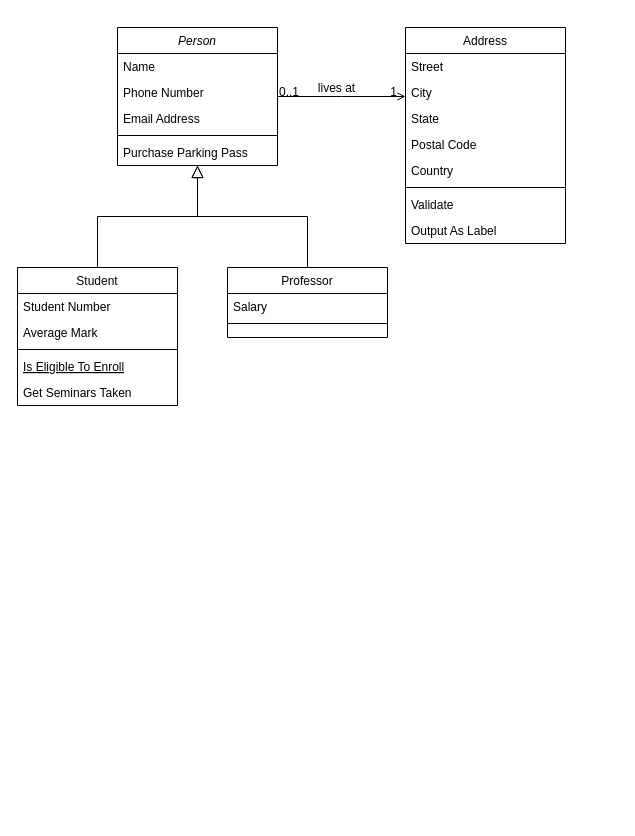
Above: Untitled Diagram.drawio in Doganmtl/Class-diagram (draw.io), before the change. Source tidied: cells renumbered, new cells numbered last; positions are measured from the earlier drawing's top-left corner, leaving out a move shared by most shapes. Both pictures are drawn from the tidied source at 100%, with x=0, y=0 at pixel (17, 27).
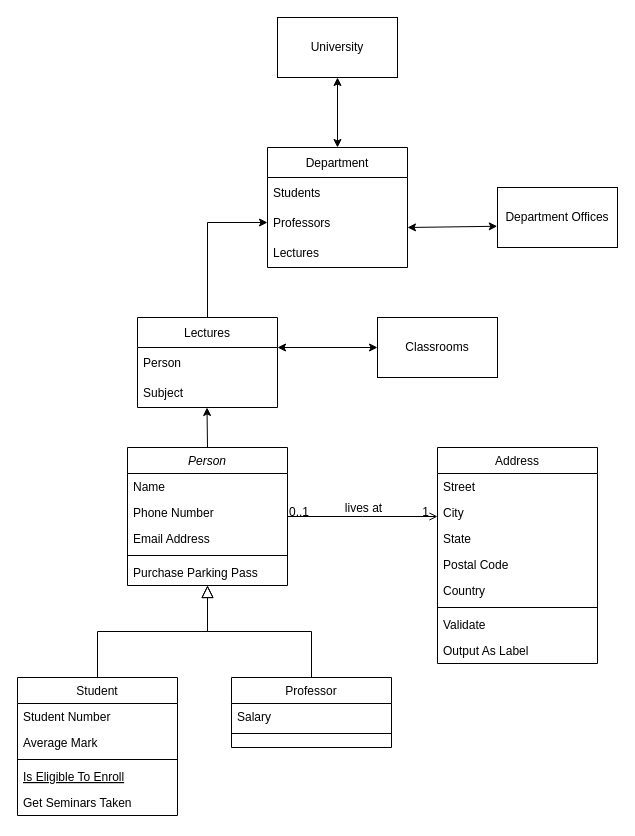
The same page after the edit.

Change to the diagram source:
```diff
@@
     <mxCell id="2" value="Person" style="swimlane;fontStyle=2;align=center;verticalAlign=top;horizontal=1;startSize=26;rounded=0;shadow=0;strokeWidth=1;" parent="1" vertex="1">
-      <mxGeometry x="100" width="160" height="138" as="geometry" />
+      <mxGeometry x="110" y="420" width="160" height="138" as="geometry" />
     </mxCell>
@@
     <mxCell id="8" value="Student" style="swimlane;fontStyle=0;align=center;verticalAlign=top;horizontal=1;startSize=26;rounded=0;shadow=0;strokeWidth=1;" parent="1" vertex="1">
-      <mxGeometry y="240" width="160" height="138" as="geometry" />
+      <mxGeometry y="650" width="160" height="138" as="geometry" />
     </mxCell>
@@
     <mxCell id="15" value="Professor" style="swimlane;fontStyle=0;align=center;verticalAlign=top;horizontal=1;startSize=26;rounded=0;shadow=0;strokeWidth=1;" parent="1" vertex="1">
-      <mxGeometry x="210" y="240" width="160" height="70" as="geometry" />
+      <mxGeometry x="214" y="650" width="160" height="70" as="geometry" />
     </mxCell>
@@
     <mxCell id="19" value="Address" style="swimlane;fontStyle=0;align=center;verticalAlign=top;horizontal=1;startSize=26;rounded=0;shadow=0;strokeWidth=1;" parent="1" vertex="1">
-      <mxGeometry x="388" width="160" height="216" as="geometry" />
+      <mxGeometry x="420" y="420" width="160" height="216" as="geometry" />
     </mxCell>
@@
+    <mxCell id="32" value="Department" style="swimlane;fontStyle=0;horizontal=1;startSize=30;" parent="1" vertex="1">
+      <mxGeometry x="250" y="120" width="140" height="120" as="geometry" />
+    </mxCell>
+    <mxCell id="33" value="Students" style="text;strokeColor=none;fillColor=none;align=left;verticalAlign=middle;spacingLeft=4;spacingRight=4;overflow=hidden;" parent="32" vertex="1">
+      <mxGeometry y="30" width="140" height="30" as="geometry" />
+    </mxCell>
+    <mxCell id="34" value="Professors" style="text;strokeColor=none;fillColor=none;align=left;verticalAlign=middle;spacingLeft=4;spacingRight=4;overflow=hidden;points=[[0,0.5],[1,0.5]];portConstraint=eastwest;" parent="32" vertex="1">
+      <mxGeometry y="60" width="140" height="30" as="geometry" />
+    </mxCell>
+    <mxCell id="35" value="Lectures" style="text;strokeColor=none;fillColor=none;align=left;verticalAlign=middle;spacingLeft=4;spacingRight=4;overflow=hidden;" parent="32" vertex="1">
+      <mxGeometry y="90" width="140" height="30" as="geometry" />
+    </mxCell>
+    <mxCell id="36" value="Lectures" style="swimlane;fontStyle=0;horizontal=1;startSize=30;" parent="1" vertex="1">
+      <mxGeometry x="120" y="290" width="140" height="90" as="geometry" />
+    </mxCell>
+    <mxCell id="37" value="Person" style="text;strokeColor=none;fillColor=none;align=left;verticalAlign=middle;spacingLeft=4;spacingRight=4;overflow=hidden;" parent="36" vertex="1">
+      <mxGeometry y="30" width="140" height="30" as="geometry" />
+    </mxCell>
+    <mxCell id="38" value="Subject" style="text;strokeColor=none;fillColor=none;align=left;verticalAlign=middle;spacingLeft=4;spacingRight=4;overflow=hidden;" parent="36" vertex="1">
+      <mxGeometry y="60" width="140" height="30" as="geometry" />
+    </mxCell>
+    <mxCell id="39" style="endArrow=classic;html=1;rounded=0;" parent="1" edge="1">
+      <mxGeometry relative="1" as="geometry">
+        <mxPoint x="190" y="420" as="sourcePoint" />
+        <mxPoint x="189.5" y="380" as="targetPoint" />
+      </mxGeometry>
+    </mxCell>
+    <mxCell id="40" style="endArrow=classic;html=1;rounded=0;exitX=0.5;exitY=0;exitDx=0;exitDy=0;entryX=0;entryY=0.5;entryDx=0;entryDy=0;" parent="1" edge="1" source="36" target="34">
+      <mxGeometry relative="1" as="geometry">
+        <Array as="points">
+          <mxPoint x="190" y="195" />
+        </Array>
+      </mxGeometry>
+    </mxCell>
+    <mxCell id="41" value="University" style="rounded=0;whiteSpace=wrap;html=1;" parent="1" vertex="1">
+      <mxGeometry x="260" y="-10" width="120" height="60" as="geometry" />
+    </mxCell>
+    <mxCell id="42" value="Department Offices" style="rounded=0;whiteSpace=wrap;html=1;" parent="1" vertex="1">
+      <mxGeometry x="480" y="160" width="120" height="60" as="geometry" />
+    </mxCell>
+    <mxCell id="43" value="Classrooms" style="rounded=0;whiteSpace=wrap;html=1;" parent="1" vertex="1">
+      <mxGeometry x="360" y="290" width="120" height="60" as="geometry" />
+    </mxCell>
+    <mxCell id="44" style="endArrow=classic;startArrow=classic;html=1;rounded=0;entryX=0;entryY=0.5;entryDx=0;entryDy=0;" parent="1" edge="1" target="43">
+      <mxGeometry relative="1" as="geometry">
+        <mxPoint x="260" y="320" as="sourcePoint" />
+      </mxGeometry>
+    </mxCell>
+    <mxCell id="45" style="endArrow=classic;startArrow=classic;html=1;rounded=0;entryX=-0.002;entryY=0.646;entryDx=0;entryDy=0;entryPerimeter=0;" parent="1" edge="1" target="42">
+      <mxGeometry relative="1" as="geometry">
+        <mxPoint x="390" y="200" as="sourcePoint" />
+      </mxGeometry>
+    </mxCell>
+    <mxCell id="46" style="endArrow=classic;startArrow=classic;html=1;rounded=0;entryX=0.5;entryY=1;entryDx=0;entryDy=0;" parent="1" edge="1" target="41">
+      <mxGeometry relative="1" as="geometry">
+        <mxPoint x="320" y="120" as="sourcePoint" />
+      </mxGeometry>
+    </mxCell>
```
